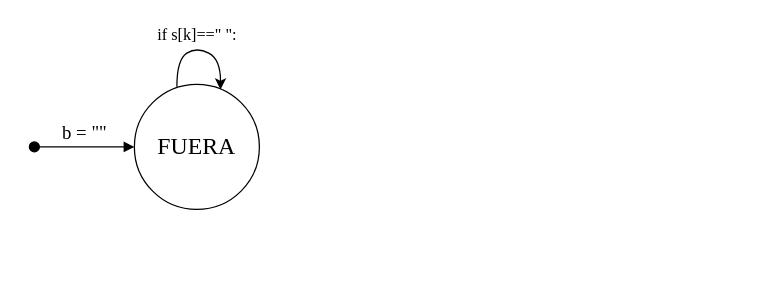
The draw.io diagram Untitled Diagram.drawio in FelipeAMC-2601/Diagramas, before the edit. Source tidied: cells renumbered, new cells numbered last; positions are measured from the earlier drawing's top-left corner, leaving out a move shared by most shapes. Both pictures are drawn from the tidied source at 125%, with x=0, y=0 at pixel (34, 21).
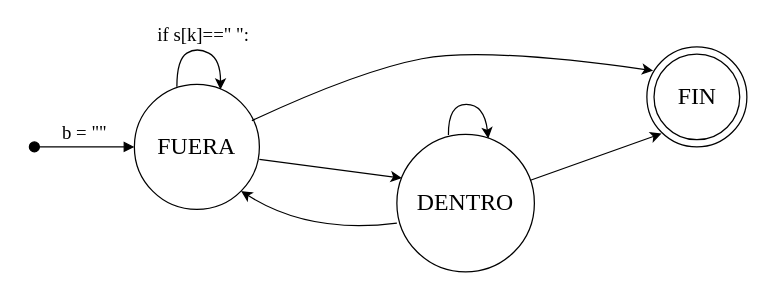
The same diagram, later.

The change refers to these unchanged cells:
```xml
<mxCell id="3" value="&lt;font style=&quot;font-size: 19px&quot; face=&quot;Times New Roman&quot;&gt;FUERA&lt;/font&gt;" style="ellipse;whiteSpace=wrap;html=1;fontColor=#000000;" parent="1" vertex="1">
  <mxGeometry x="80" y="50" width="100" height="100" as="geometry" />
</mxCell>
```

Diff of the diagram source:
```diff
@@
-    <mxCell id="5" value="&lt;font face=&quot;Times New Roman&quot; style=&quot;font-size: 13px&quot;&gt;if s[k]==&quot; &quot;:&lt;/font&gt;" style="text;html=1;align=center;verticalAlign=middle;fontColor=#000000;" parent="1" vertex="1">
-      <mxGeometry x="90" width="80" height="20" as="geometry" />
+    <mxCell id="5" value="&lt;font face=&quot;Times New Roman&quot; style=&quot;font-size: 15px&quot;&gt;if s[k]==&quot; &quot;:&lt;/font&gt;" style="text;html=1;align=center;verticalAlign=middle;fontColor=#000000;" parent="1" vertex="1">
+      <mxGeometry x="90" width="90" height="20" as="geometry" />
     </mxCell>
+    <mxCell id="6" value="&lt;font face=&quot;Times New Roman&quot; style=&quot;font-size: 19px&quot;&gt;DENTRO&lt;/font&gt;" style="ellipse;whiteSpace=wrap;html=1;fontColor=#000000;" parent="1" vertex="1">
+      <mxGeometry x="290" y="90" width="110" height="110" as="geometry" />
+    </mxCell>
+    <mxCell id="7" style="verticalLabelPosition=bottom;verticalAlign=top;html=1;shape=mxgraph.basic.donut;dx=5.71;fontColor=#000000;" parent="1" vertex="1">
+      <mxGeometry x="490" y="20" width="80" height="80" as="geometry" />
+    </mxCell>
+    <mxCell id="8" value="&lt;font face=&quot;Times New Roman&quot; style=&quot;font-size: 19px&quot;&gt;FIN&lt;/font&gt;" style="text;html=1;align=center;verticalAlign=middle;fontColor=#000000;" parent="1" vertex="1">
+      <mxGeometry x="505" y="50" width="50" height="20" as="geometry" />
+    </mxCell>
+    <mxCell id="9" style="endArrow=classic;html=1;fontColor=#000000;entryX=0.036;entryY=0.318;entryDx=0;entryDy=0;entryPerimeter=0;" parent="1" edge="1" target="6">
+      <mxGeometry relative="1" as="geometry">
+        <mxPoint x="180" y="110" as="sourcePoint" />
+      </mxGeometry>
+    </mxCell>
+    <mxCell id="10" style="curved=1;endArrow=classic;html=1;fontColor=#000000;entryX=0.063;entryY=0.238;entryDx=0;entryDy=0;entryPerimeter=0;exitX=0.94;exitY=0.29;exitDx=0;exitDy=0;exitPerimeter=0;" parent="1" edge="1" source="3" target="7">
+      <mxGeometry relative="1" as="geometry">
+        <Array as="points">
+          <mxPoint x="260" y="39" />
+          <mxPoint x="360" y="20" />
+        </Array>
+      </mxGeometry>
+    </mxCell>
+    <mxCell id="11" style="curved=1;endArrow=classic;html=1;fontColor=#000000;entryX=1;entryY=1;entryDx=0;entryDy=0;exitX=0;exitY=0.645;exitDx=0;exitDy=0;exitPerimeter=0;" parent="1" edge="1" source="6" target="3">
+      <mxGeometry relative="1" as="geometry">
+        <Array as="points">
+          <mxPoint x="220" y="170" />
+        </Array>
+      </mxGeometry>
+    </mxCell>
+    <mxCell id="12" style="curved=1;endArrow=classic;html=1;fontColor=#000000;entryX=0.665;entryY=0.03;entryDx=0;entryDy=0;entryPerimeter=0;exitX=0.375;exitY=0.004;exitDx=0;exitDy=0;exitPerimeter=0;" parent="1" edge="1" source="6" target="6">
+      <mxGeometry relative="1" as="geometry">
+        <Array as="points">
+          <mxPoint x="331" y="66" />
+          <mxPoint x="360" y="66" />
+        </Array>
+      </mxGeometry>
+    </mxCell>
+    <mxCell id="13" style="endArrow=classic;html=1;fontColor=#000000;entryX=0.146;entryY=0.867;entryDx=0;entryDy=0;entryPerimeter=0;" parent="1" edge="1" source="6" target="7">
+      <mxGeometry relative="1" as="geometry" />
+    </mxCell>
```
